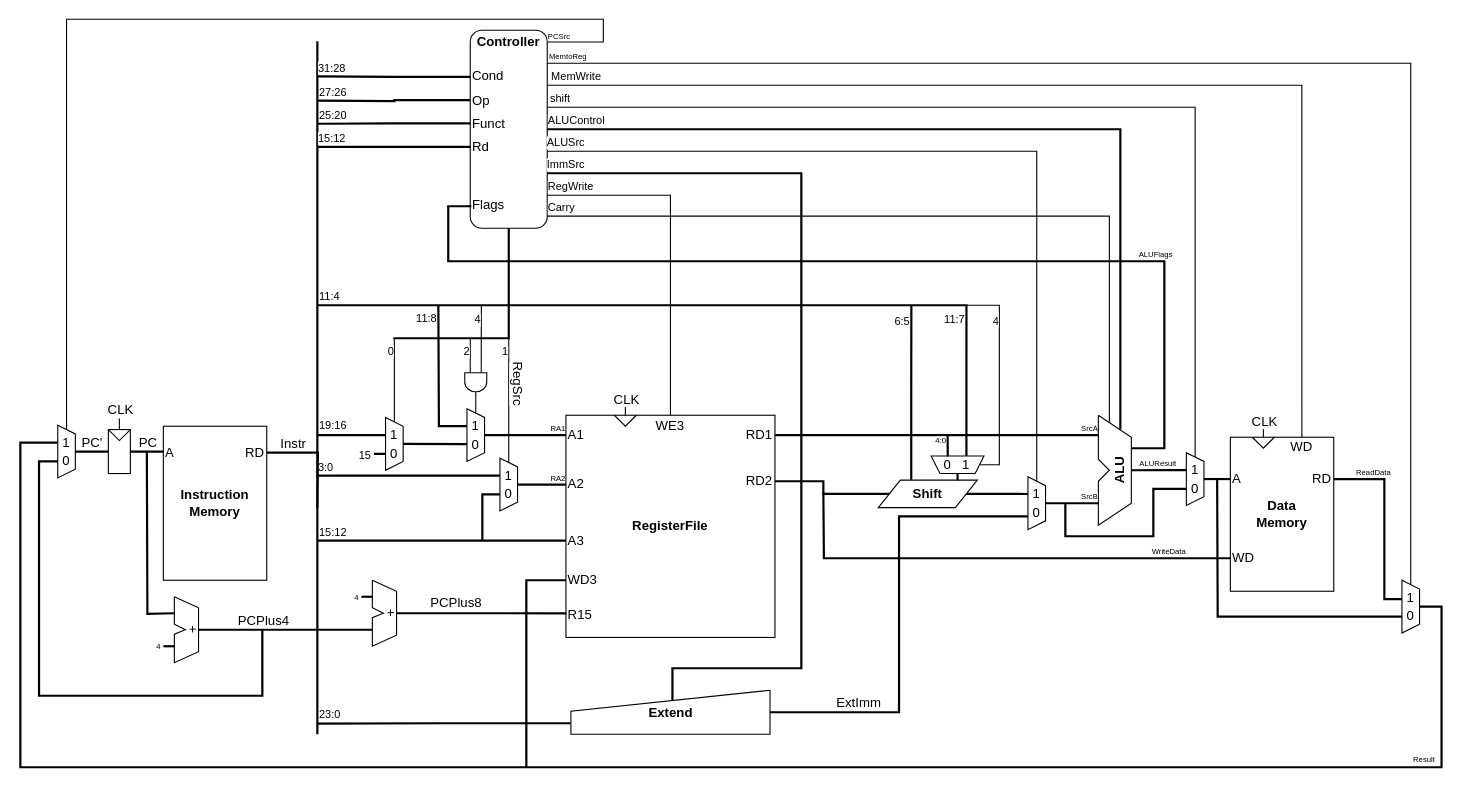
This is asset/arm_cpu_diagram.drawio from takah29/arm-cpu, a draw.io file, before an edit. Source tidied: cells renumbered, new cells numbered last; positions are measured from the earlier drawing's top-left corner, leaving out a move shared by most shapes. Both pictures are drawn from the tidied source at 110%, with x=0, y=0 at pixel (20, 19).
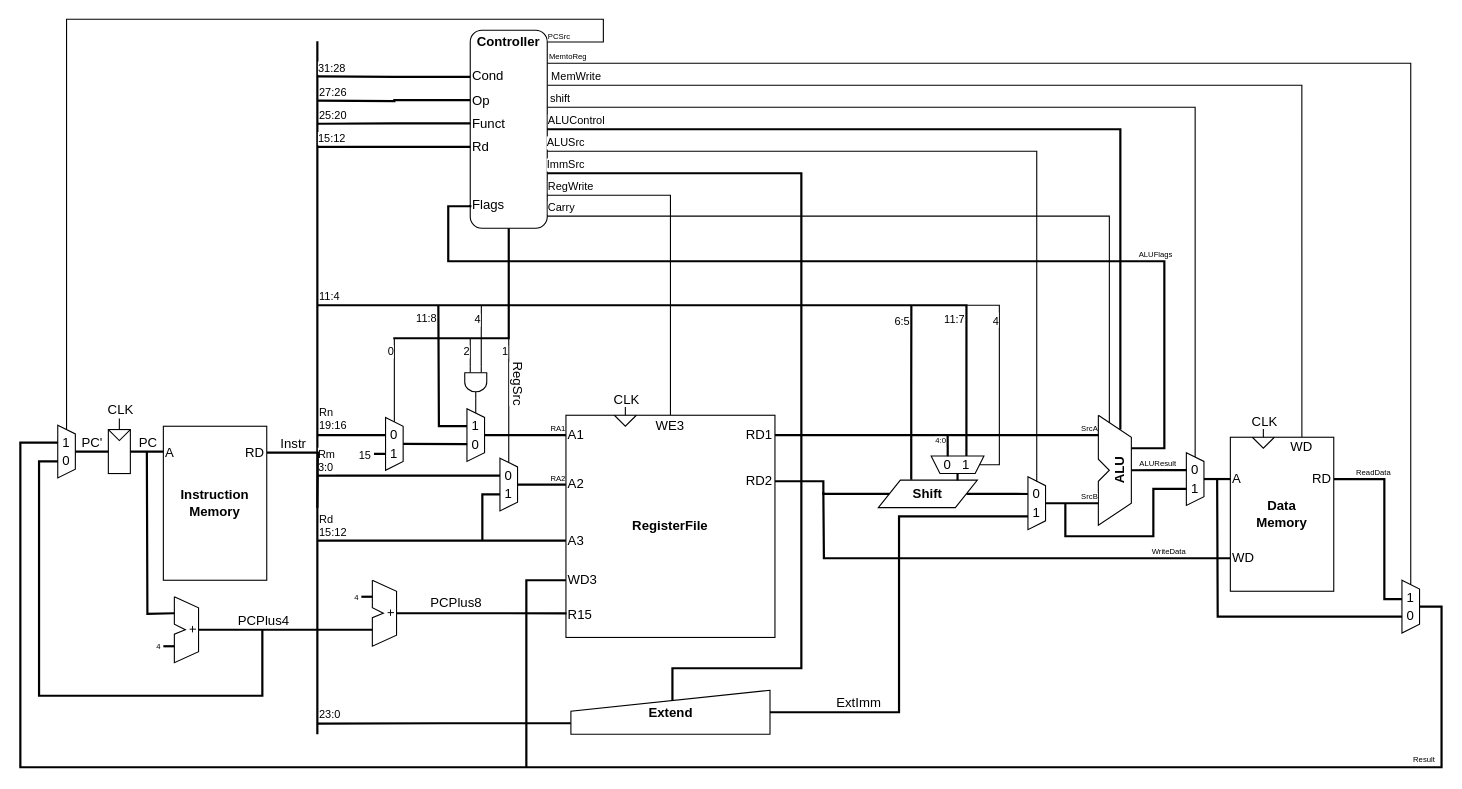
Above is the later version.

Unchanged cells that the change refers to:
```xml
<mxCell id="6" style="group;" parent="1" vertex="1">
  <mxGeometry x="332" y="362" width="16" height="48" as="geometry" />
</mxCell>
<mxCell id="10" style="group;" parent="1" vertex="1">
  <mxGeometry x="436" y="399" width="16" height="48" as="geometry" />
</mxCell>
<mxCell id="14" style="edgeStyle=orthogonalEdgeStyle;rounded=0;jettySize=auto;html=1;exitX=0;exitY=0.5;exitDx=0;exitDy=0;endArrow=none;endFill=0;strokeWidth=2;" parent="1" edge="1" source="114">
  <mxGeometry relative="1" as="geometry">
    <mxPoint x="270" y="474" as="targetPoint" />
    <Array as="points">
      <mxPoint x="270" y="474" />
    </Array>
  </mxGeometry>
</mxCell>
<mxCell id="42" style="edgeStyle=orthogonalEdgeStyle;rounded=0;jettySize=auto;html=1;endArrow=none;endFill=0;exitX=0.334;exitY=0.998;exitDx=0;exitDy=0;exitPerimeter=0;strokeWidth=2;" parent="1" edge="1" source="7">
  <mxGeometry relative="1" as="geometry">
    <mxPoint x="270" y="378" as="targetPoint" />
  </mxGeometry>
</mxCell>
<mxCell id="64" style="group;" parent="1" vertex="1">
  <mxGeometry x="916" y="416" width="16" height="48" as="geometry" />
</mxCell>
<mxCell id="75" style="group;" parent="1" vertex="1">
  <mxGeometry x="1060" y="394" width="16" height="48" as="geometry" />
</mxCell>
<mxCell id="92" style="edgeStyle=orthogonalEdgeStyle;rounded=0;orthogonalLoop=1;jettySize=auto;html=1;endArrow=none;endFill=0;fontSize=10;strokeWidth=2;" parent="1" edge="1">
  <mxGeometry relative="1" as="geometry">
    <mxPoint x="436" y="415" as="sourcePoint" />
    <mxPoint x="270" y="414.9" as="targetPoint" />
    <Array as="points">
      <mxPoint x="270" y="415" />
    </Array>
  </mxGeometry>
</mxCell>
```

The edit, as a diff of the source:
```diff
@@
-    <mxCell id="8" value="0" style="text;html=1;strokeColor=none;fillColor=none;align=center;verticalAlign=middle;whiteSpace=wrap;rounded=0;" parent="6" vertex="1">
+    <mxCell id="8" value="1" style="text;html=1;strokeColor=none;fillColor=none;align=center;verticalAlign=middle;whiteSpace=wrap;rounded=0;" parent="6" vertex="1">
       <mxGeometry x="3" y="23" width="10" height="20" as="geometry" />
     </mxCell>
-    <mxCell id="9" value="1" style="text;html=1;strokeColor=none;fillColor=none;align=center;verticalAlign=middle;whiteSpace=wrap;rounded=0;" parent="6" vertex="1">
+    <mxCell id="9" value="0" style="text;html=1;strokeColor=none;fillColor=none;align=center;verticalAlign=middle;whiteSpace=wrap;rounded=0;" parent="6" vertex="1">
       <mxGeometry x="3" y="6" width="10" height="20" as="geometry" />
     </mxCell>
@@
-    <mxCell id="12" value="0" style="text;html=1;strokeColor=none;fillColor=none;align=center;verticalAlign=middle;whiteSpace=wrap;rounded=0;" parent="10" vertex="1">
+    <mxCell id="12" value="1" style="text;html=1;strokeColor=none;fillColor=none;align=center;verticalAlign=middle;whiteSpace=wrap;rounded=0;" parent="10" vertex="1">
       <mxGeometry x="3" y="23" width="10" height="20" as="geometry" />
     </mxCell>
-    <mxCell id="13" value="1" style="text;html=1;strokeColor=none;fillColor=none;align=center;verticalAlign=middle;whiteSpace=wrap;rounded=0;" parent="10" vertex="1">
+    <mxCell id="13" value="0" style="text;html=1;strokeColor=none;fillColor=none;align=center;verticalAlign=middle;whiteSpace=wrap;rounded=0;" parent="10" vertex="1">
       <mxGeometry x="3" y="6" width="10" height="20" as="geometry" />
     </mxCell>
@@
-    <mxCell id="15" value="15:12" style="edgeLabel;html=1;align=left;verticalAlign=bottom;fontSize=10;" parent="14" vertex="1">
+    <mxCell id="15" value="Rd&lt;br&gt;15:12" style="edgeLabel;html=1;align=left;verticalAlign=bottom;fontSize=10;" parent="14" vertex="1">
       <mxGeometry x="0.89" y="-1" relative="1" as="geometry">
         <mxPoint x="-12.3" y="1" as="offset" />
       </mxGeometry>
     </mxCell>
@@
-    <mxCell id="43" value="19:16" style="edgeLabel;html=1;align=left;verticalAlign=bottom;fontSize=10;" parent="42" vertex="1">
+    <mxCell id="43" value="Rn&lt;br&gt;19:16" style="edgeLabel;html=1;align=left;verticalAlign=bottom;fontSize=10;" parent="42" vertex="1">
       <mxGeometry x="0.8" y="1" relative="1" as="geometry">
         <mxPoint x="-6.5" y="-2" as="offset" />
       </mxGeometry>
     </mxCell>
@@
-    <mxCell id="66" value="0" style="text;html=1;strokeColor=none;fillColor=none;align=center;verticalAlign=middle;whiteSpace=wrap;rounded=0;" parent="64" vertex="1">
+    <mxCell id="66" value="1" style="text;html=1;strokeColor=none;fillColor=none;align=center;verticalAlign=middle;whiteSpace=wrap;rounded=0;" parent="64" vertex="1">
       <mxGeometry x="3" y="23" width="10" height="20" as="geometry" />
     </mxCell>
-    <mxCell id="67" value="1" style="text;html=1;strokeColor=none;fillColor=none;align=center;verticalAlign=middle;whiteSpace=wrap;rounded=0;" parent="64" vertex="1">
+    <mxCell id="67" value="0" style="text;html=1;strokeColor=none;fillColor=none;align=center;verticalAlign=middle;whiteSpace=wrap;rounded=0;" parent="64" vertex="1">
       <mxGeometry x="3" y="6" width="10" height="20" as="geometry" />
     </mxCell>
@@
-    <mxCell id="77" value="0" style="text;html=1;strokeColor=none;fillColor=none;align=center;verticalAlign=middle;whiteSpace=wrap;rounded=0;" parent="75" vertex="1">
+    <mxCell id="77" value="1" style="text;html=1;strokeColor=none;fillColor=none;align=center;verticalAlign=middle;whiteSpace=wrap;rounded=0;" parent="75" vertex="1">
       <mxGeometry x="3" y="23" width="10" height="20" as="geometry" />
     </mxCell>
-    <mxCell id="78" value="1" style="text;html=1;strokeColor=none;fillColor=none;align=center;verticalAlign=middle;whiteSpace=wrap;rounded=0;" parent="75" vertex="1">
+    <mxCell id="78" value="0" style="text;html=1;strokeColor=none;fillColor=none;align=center;verticalAlign=middle;whiteSpace=wrap;rounded=0;" parent="75" vertex="1">
       <mxGeometry x="3" y="6" width="10" height="20" as="geometry" />
     </mxCell>
@@
-    <mxCell id="93" value="3:0" style="edgeLabel;html=1;align=left;verticalAlign=bottom;fontSize=10;" parent="92" vertex="1">
+    <mxCell id="93" value="Rm&lt;br&gt;3:0" style="edgeLabel;html=1;align=left;verticalAlign=bottom;fontSize=10;" parent="92" vertex="1">
       <mxGeometry x="0.89" relative="1" as="geometry">
         <mxPoint x="-9.6" y="0.1" as="offset" />
       </mxGeometry>
     </mxCell>
```
